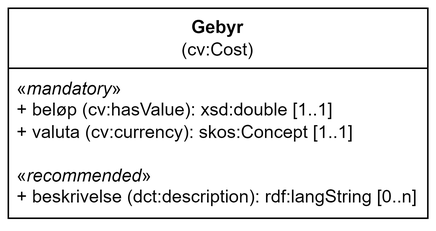
This is docs/images/Klassen-Gebyr.png from Informasjonsforvaltning/dcat-ap-no, a draw.io export, as it was before one commit. Source tidied: cells renumbered, new cells last; positions are measured from the earlier drawing's top-left corner, leaving out a move shared by most shapes.
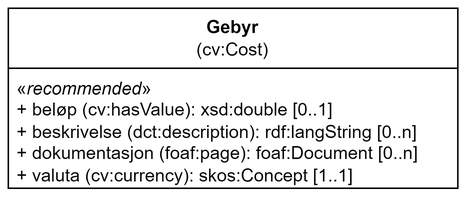
After the change.

What changed in the source:
```diff
@@ -3,10 +3,10 @@
     <mxCell id="0" />
     <mxCell id="1" parent="0" />
     <mxCell id="2" value="&lt;b style=&quot;border-color: var(--border-color);&quot;&gt;Gebyr&lt;/b&gt;&lt;br style=&quot;border-color: var(--border-color);&quot;&gt;(cv:Cost)" style="swimlane;fontStyle=0;horizontal=1;startSize=40;fillColor=none;whiteSpace=wrap;html=1;" parent="1" vertex="1">
-      <mxGeometry width="280" height="140" as="geometry" />
+      <mxGeometry width="300" height="120" as="geometry" />
     </mxCell>
-    <mxCell id="3" value="«&lt;i style=&quot;&quot;&gt;mandatory&lt;/i&gt;»&lt;div&gt;+&amp;nbsp;beløp (cv:hasValue): xsd:double&amp;nbsp;[1..1]&lt;br&gt;&lt;/div&gt;&lt;div&gt;+&amp;nbsp;valuta (cv:currency): skos:Concept&amp;nbsp;[1..1]&lt;br&gt;&lt;/div&gt;&lt;div&gt;&lt;br&gt;&lt;/div&gt;&lt;div&gt;«&lt;i style=&quot;&quot;&gt;recommended&lt;/i&gt;»&lt;div&gt;+&amp;nbsp;beskrivelse (dct:description): rdf:langString [0..n]&lt;/div&gt;&lt;/div&gt;" style="text;strokeColor=none;fillColor=none;align=left;verticalAlign=top;spacingLeft=4;spacingRight=4;overflow=hidden;whiteSpace=wrap;html=1;" parent="2" vertex="1">
-      <mxGeometry y="40" width="280" height="100" as="geometry" />
+    <mxCell id="3" value="&lt;div&gt;«&lt;i style=&quot;&quot;&gt;recommended&lt;/i&gt;»&lt;div&gt;&lt;span style=&quot;background-color: initial;&quot;&gt;+&amp;nbsp;beløp (cv:hasValue): xsd:double&amp;nbsp;[0..1]&lt;/span&gt;&lt;br&gt;&lt;/div&gt;&lt;/div&gt;&lt;div&gt;&lt;div&gt;+&amp;nbsp;beskrivelse (dct:description): rdf:langString [0..n]&lt;/div&gt;&lt;div&gt;&lt;/div&gt;&lt;div&gt;+ dokumentasjon (foaf:page): foaf:Document [0..n]&lt;/div&gt;&lt;div&gt;+&amp;nbsp;valuta (cv:currency): skos:Concept&amp;nbsp;[1..1]&lt;br&gt;&lt;/div&gt;&lt;div&gt;&lt;br&gt;&lt;/div&gt;&lt;/div&gt;" style="text;strokeColor=none;fillColor=none;align=left;verticalAlign=top;spacingLeft=4;spacingRight=4;overflow=hidden;whiteSpace=wrap;html=1;" parent="2" vertex="1">
+      <mxGeometry y="40" width="300" height="80" as="geometry" />
     </mxCell>
   </root>
 </mxGraphModel>
```
